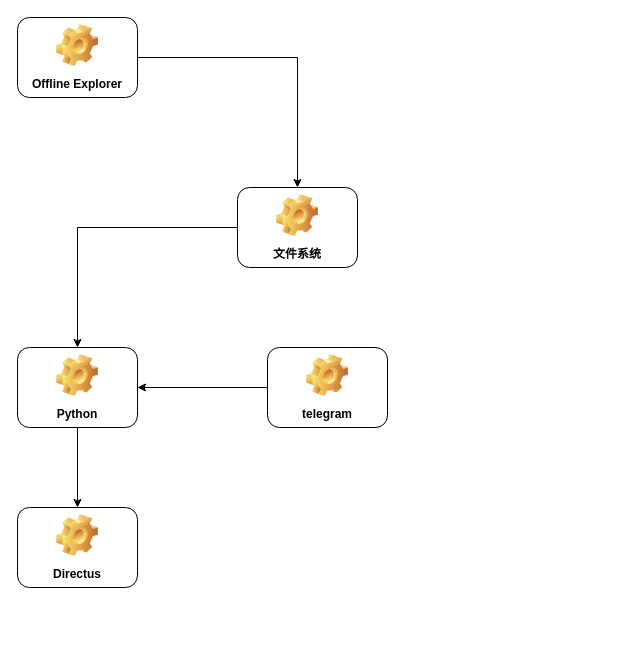
This is 架构.drawio from readmanisme/novel, a draw.io file, before an edit. Source tidied: cells renumbered, new cells numbered last; positions are measured from the earlier drawing's top-left corner, leaving out a move shared by most shapes. Both pictures are drawn from the tidied source at 100%, with x=0, y=0 at pixel (17, 17).
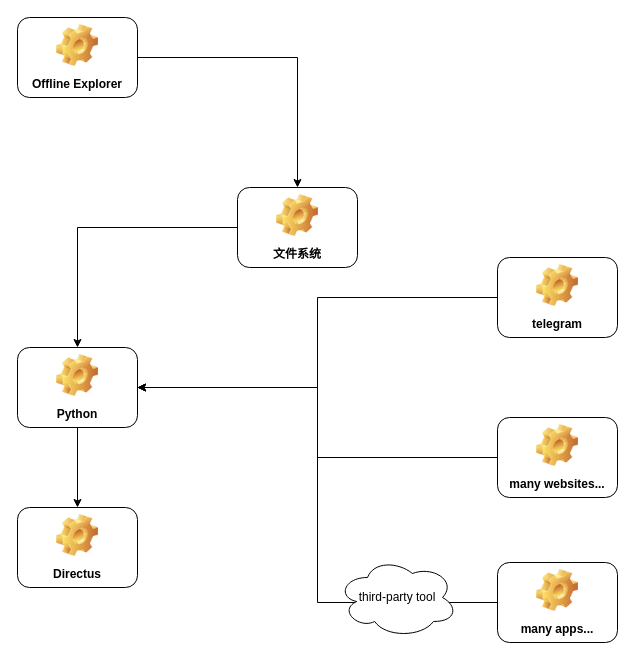
After the change.

Diff of the diagram source:
```diff
@@
 <mxGraphModel>
   <root>
     <mxCell id="0" />
     <mxCell id="1" parent="0" />
     <mxCell id="2" style="edgeStyle=orthogonalEdgeStyle;rounded=0;jettySize=auto;html=1;entryX=0.5;entryY=0;entryDx=0;entryDy=0;" parent="1" edge="1" source="3" target="5">
       <mxGeometry relative="1" as="geometry" />
     </mxCell>
     <mxCell id="3" value="Offline Explorer" style="label;whiteSpace=wrap;html=1;align=center;verticalAlign=bottom;spacingLeft=0;spacingBottom=4;imageAlign=center;imageVerticalAlign=top;image=img/clipart/Gear_128x128.png;" parent="1" vertex="1">
       <mxGeometry width="120" height="80" as="geometry" />
     </mxCell>
     <mxCell id="4" style="edgeStyle=orthogonalEdgeStyle;rounded=0;jettySize=auto;html=1;" parent="1" edge="1" source="5" target="7">
       <mxGeometry relative="1" as="geometry" />
     </mxCell>
     <mxCell id="5" value="文件系统" style="label;whiteSpace=wrap;html=1;align=center;verticalAlign=bottom;spacingLeft=0;spacingBottom=4;imageAlign=center;imageVerticalAlign=top;image=img/clipart/Gear_128x128.png;" parent="1" vertex="1">
       <mxGeometry x="220" y="170" width="120" height="80" as="geometry" />
     </mxCell>
     <mxCell id="6" style="edgeStyle=orthogonalEdgeStyle;rounded=0;jettySize=auto;html=1;" parent="1" edge="1" source="7" target="8">
       <mxGeometry relative="1" as="geometry" />
     </mxCell>
     <mxCell id="7" value="Python" style="label;whiteSpace=wrap;html=1;align=center;verticalAlign=bottom;spacingLeft=0;spacingBottom=4;imageAlign=center;imageVerticalAlign=top;image=img/clipart/Gear_128x128.png;" parent="1" vertex="1">
       <mxGeometry y="330" width="120" height="80" as="geometry" />
     </mxCell>
     <mxCell id="8" value="Directus" style="label;whiteSpace=wrap;html=1;align=center;verticalAlign=bottom;spacingLeft=0;spacingBottom=4;imageAlign=center;imageVerticalAlign=top;image=img/clipart/Gear_128x128.png;" parent="1" vertex="1">
       <mxGeometry y="490" width="120" height="80" as="geometry" />
     </mxCell>
     <mxCell id="9" style="edgeStyle=orthogonalEdgeStyle;rounded=0;jettySize=auto;html=1;entryX=1;entryY=0.5;entryDx=0;entryDy=0;" parent="1" edge="1" source="10" target="7">
       <mxGeometry relative="1" as="geometry" />
     </mxCell>
     <mxCell id="10" value="telegram" style="label;whiteSpace=wrap;html=1;align=center;verticalAlign=bottom;spacingLeft=0;spacingBottom=4;imageAlign=center;imageVerticalAlign=top;image=img/clipart/Gear_128x128.png;" parent="1" vertex="1">
-      <mxGeometry x="250" y="330" width="120" height="80" as="geometry" />
+      <mxGeometry x="480" y="240" width="120" height="80" as="geometry" />
     </mxCell>
+    <mxCell id="11" style="edgeStyle=orthogonalEdgeStyle;rounded=0;jettySize=auto;html=1;entryX=1;entryY=0.5;entryDx=0;entryDy=0;" parent="1" edge="1" source="12" target="7">
+      <mxGeometry relative="1" as="geometry" />
+    </mxCell>
+    <mxCell id="12" value="many websites..." style="label;whiteSpace=wrap;html=1;align=center;verticalAlign=bottom;spacingLeft=0;spacingBottom=4;imageAlign=center;imageVerticalAlign=top;image=img/clipart/Gear_128x128.png;" parent="1" vertex="1">
+      <mxGeometry x="480" y="400" width="120" height="80" as="geometry" />
+    </mxCell>
+    <mxCell id="13" style="edgeStyle=orthogonalEdgeStyle;rounded=0;jettySize=auto;html=1;entryX=1;entryY=0.5;entryDx=0;entryDy=0;" parent="1" edge="1" source="14" target="7">
+      <mxGeometry relative="1" as="geometry" />
+    </mxCell>
+    <mxCell id="14" value="many apps..." style="label;whiteSpace=wrap;html=1;align=center;verticalAlign=bottom;spacingLeft=0;spacingBottom=4;imageAlign=center;imageVerticalAlign=top;image=img/clipart/Gear_128x128.png;" parent="1" vertex="1">
+      <mxGeometry x="480" y="545" width="120" height="80" as="geometry" />
+    </mxCell>
+    <mxCell id="15" value="third-party tool" style="ellipse;shape=cloud;whiteSpace=wrap;html=1;" parent="1" vertex="1">
+      <mxGeometry x="320" y="540" width="120" height="80" as="geometry" />
+    </mxCell>
   </root>
 </mxGraphModel>
```
